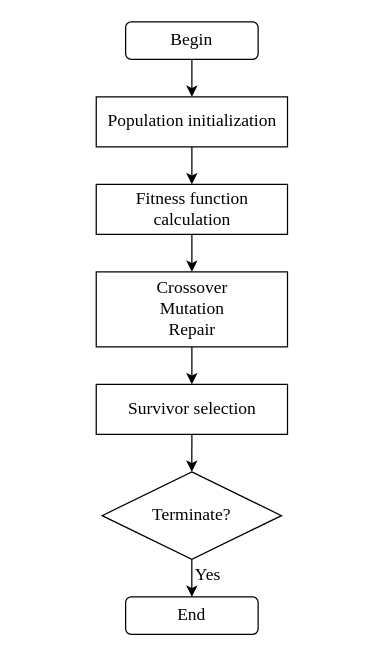
This is 未命名绘图.drawio from qiaoD/algu, a draw.io file, before an edit. Source tidied: cells renumbered, new cells numbered last; positions are measured from the earlier drawing's top-left corner, leaving out a move shared by most shapes. Both pictures are drawn from the tidied source at 125%, with x=0, y=0 at pixel (95, 21).
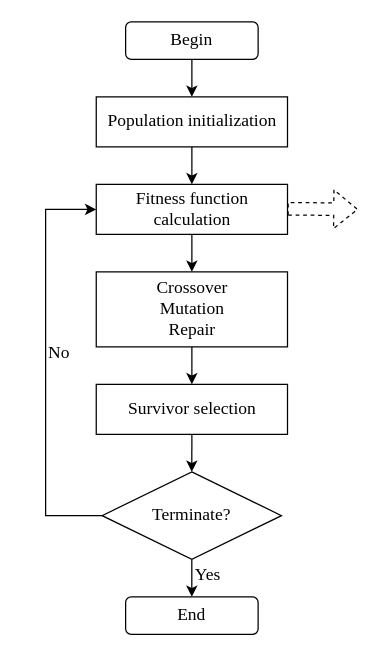
The same diagram, later.

Commit message (it also covers changes not shown here):
更新未命名绘图.drawio

The change refers to these unchanged cells:
```xml
<mxCell id="5" value="Fitness function&lt;br&gt;calculation" style="rounded=0;whiteSpace=wrap;html=1;fontFamily=Times New Roman;fontSize=14;" parent="1" vertex="1">
  <mxGeometry x="0.5" y="130" width="153" height="40" as="geometry" />
</mxCell>
<mxCell id="8" value="Terminate?" style="rhombus;whiteSpace=wrap;html=1;fontFamily=Times New Roman;fontSize=14;" parent="1" vertex="1">
  <mxGeometry x="5.2" y="360" width="143.5" height="70" as="geometry" />
</mxCell>
```

Diff of the diagram source:
```diff
@@
+    <mxCell id="17" style="edgeStyle=orthogonalEdgeStyle;rounded=0;jettySize=auto;html=1;fontFamily=Times New Roman;fontSize=14;entryX=0;entryY=0.5;entryDx=0;entryDy=0;" parent="1" edge="1" source="8" target="5">
+      <mxGeometry relative="1" as="geometry">
+        <Array as="points">
+          <mxPoint x="-40" y="395" />
+          <mxPoint x="-40" y="150" />
+        </Array>
+      </mxGeometry>
+    </mxCell>
@@
+    <mxCell id="18" value="No" style="text;html=1;strokeColor=none;fillColor=none;align=center;verticalAlign=middle;whiteSpace=wrap;rounded=0;fontFamily=Times New Roman;fontSize=14;" parent="1" vertex="1">
+      <mxGeometry x="-59" y="250" width="60" height="30" as="geometry" />
+    </mxCell>
+    <mxCell id="19" style="shape=flexArrow;endArrow=classic;html=1;rounded=0;fontFamily=Times New Roman;fontSize=14;dashed=1;" parent="1" edge="1">
+      <mxGeometry relative="1" as="geometry">
+        <mxPoint x="153.5" y="149.5" as="sourcePoint" />
+        <mxPoint x="210" y="150" as="targetPoint" />
+      </mxGeometry>
+    </mxCell>
```
